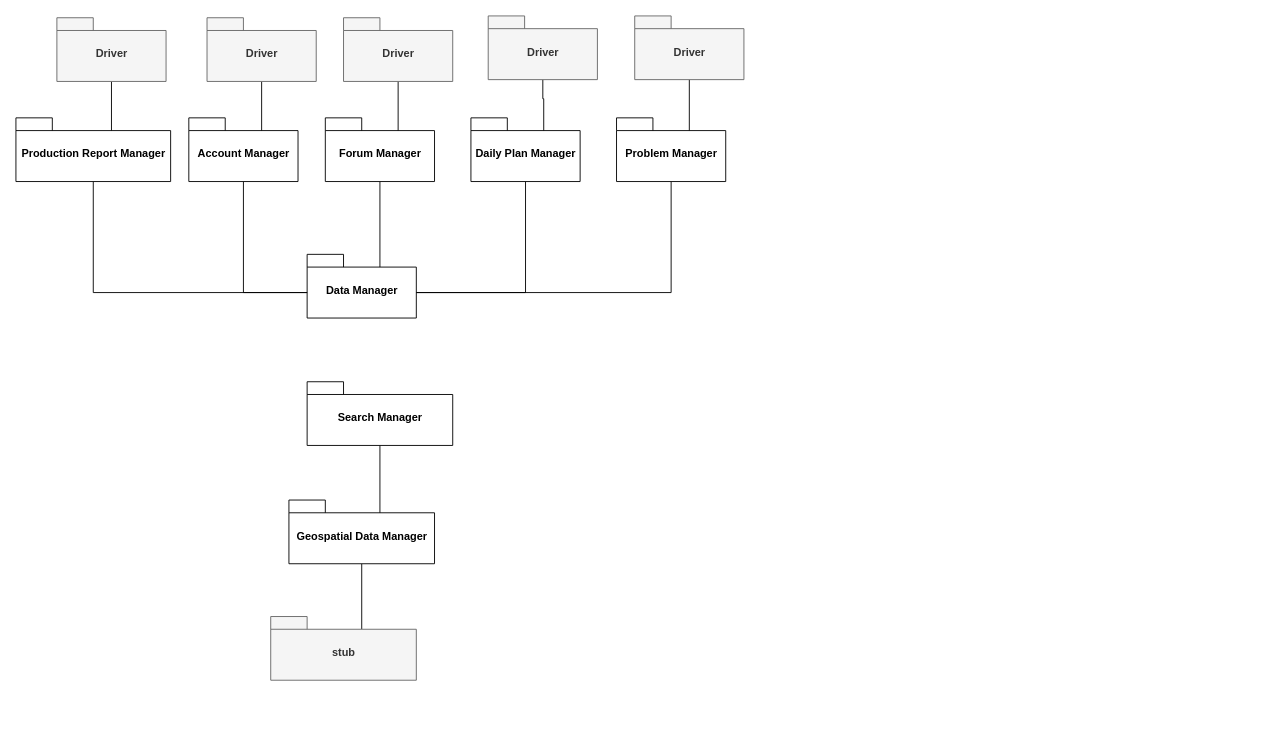
Above: page "AS-integration" (2 of 2) of DD/diagrams/dependency and integration diagram.drawio in ictar/DREAM-SE2-Project-2022 (draw.io), before the change. Source tidied: cells renumbered, new cells numbered last; positions are measured from the earlier drawing's top-left corner, leaving out a move shared by most shapes. Both pictures are drawn from the tidied source at 91%, with x=0, y=0 at pixel (15, 15).
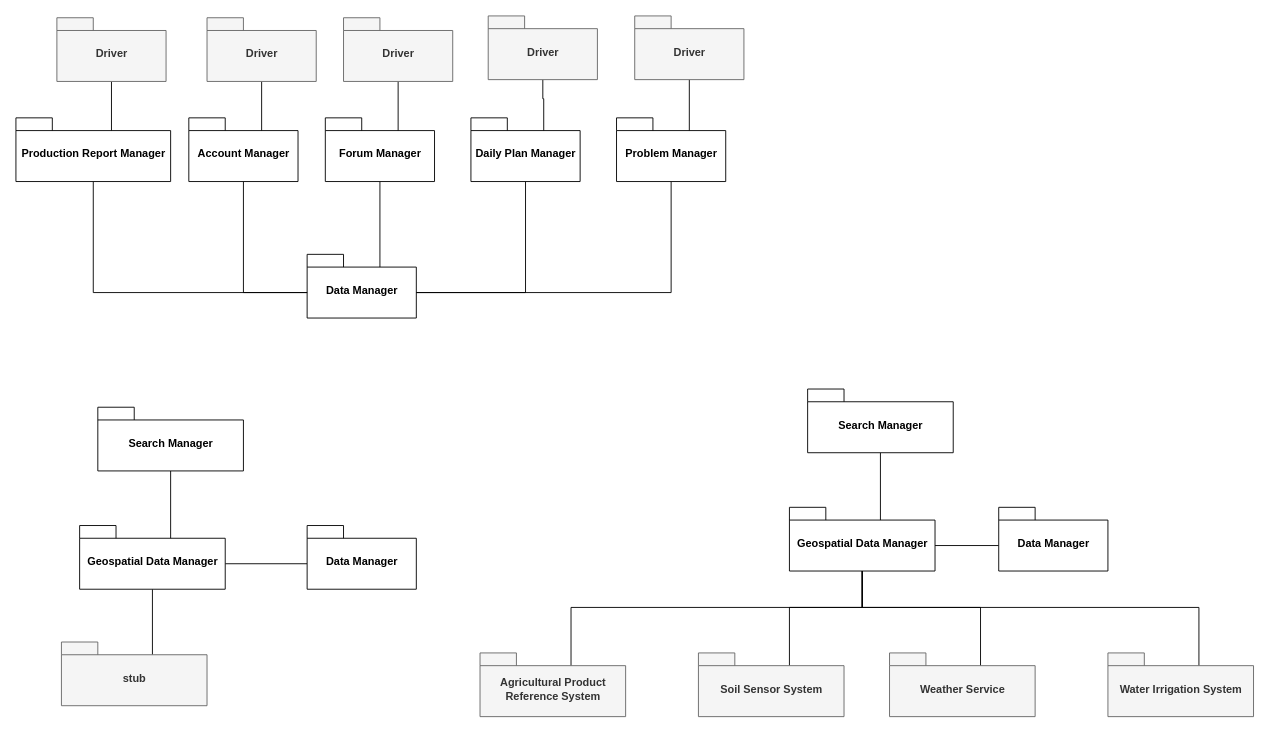
The same page after the edit.

The edit, as a diff of the source:
```diff
@@
+    <mxCell id="28" style="edgeStyle=orthogonalEdgeStyle;rounded=0;jettySize=auto;html=1;exitX=0;exitY=0;exitDx=160;exitDy=42;exitPerimeter=0;entryX=0;entryY=0;entryDx=0;entryDy=42;entryPerimeter=0;endArrow=none;endFill=0;" parent="1" edge="1" source="24" target="41">
+      <mxGeometry relative="1" as="geometry" />
+    </mxCell>
     <mxCell id="24" value="Geospatial Data Manager" style="shape=folder;fontStyle=1;spacingTop=10;tabWidth=40;tabHeight=14;tabPosition=left;html=1;" parent="1" vertex="1">
-      <mxGeometry x="300" y="532" width="160" height="70" as="geometry" />
+      <mxGeometry x="70" y="560" width="160" height="70" as="geometry" />
     </mxCell>
@@
     <mxCell id="26" value="Search Manager" style="shape=folder;fontStyle=1;spacingTop=10;tabWidth=40;tabHeight=14;tabPosition=left;html=1;" parent="1" vertex="1">
-      <mxGeometry x="320" y="402" width="160" height="70" as="geometry" />
+      <mxGeometry x="90" y="430" width="160" height="70" as="geometry" />
     </mxCell>
     <mxCell id="27" value="stub" style="shape=folder;fontStyle=1;spacingTop=10;tabWidth=40;tabHeight=14;tabPosition=left;html=1;fillColor=#f5f5f5;fontColor=#333333;strokeColor=#666666;" parent="1" vertex="1">
-      <mxGeometry x="280" y="660" width="160" height="70" as="geometry" />
+      <mxGeometry x="50" y="688" width="160" height="70" as="geometry" />
     </mxCell>
+    <mxCell id="29" style="edgeStyle=orthogonalEdgeStyle;rounded=0;jettySize=auto;html=1;exitX=0;exitY=0;exitDx=160;exitDy=42;exitPerimeter=0;entryX=0;entryY=0;entryDx=0;entryDy=42;entryPerimeter=0;endArrow=none;endFill=0;" parent="1" edge="1" source="30" target="42">
+      <mxGeometry relative="1" as="geometry" />
+    </mxCell>
+    <mxCell id="30" value="Geospatial Data Manager" style="shape=folder;fontStyle=1;spacingTop=10;tabWidth=40;tabHeight=14;tabPosition=left;html=1;" parent="1" vertex="1">
+      <mxGeometry x="850" y="540" width="160" height="70" as="geometry" />
+    </mxCell>
+    <mxCell id="31" style="edgeStyle=orthogonalEdgeStyle;rounded=0;jettySize=auto;html=1;exitX=0.5;exitY=1;exitDx=0;exitDy=0;exitPerimeter=0;entryX=0;entryY=0;entryDx=100;entryDy=14;entryPerimeter=0;endArrow=none;endFill=0;" parent="1" edge="1" source="32" target="30">
+      <mxGeometry relative="1" as="geometry" />
+    </mxCell>
+    <mxCell id="32" value="Search Manager" style="shape=folder;fontStyle=1;spacingTop=10;tabWidth=40;tabHeight=14;tabPosition=left;html=1;" parent="1" vertex="1">
+      <mxGeometry x="870" y="410" width="160" height="70" as="geometry" />
+    </mxCell>
+    <mxCell id="33" style="edgeStyle=orthogonalEdgeStyle;rounded=0;jettySize=auto;html=1;exitX=0;exitY=0;exitDx=100;exitDy=14;exitPerimeter=0;entryX=0.5;entryY=1;entryDx=0;entryDy=0;entryPerimeter=0;endArrow=none;endFill=0;" parent="1" edge="1" source="34" target="30">
+      <mxGeometry relative="1" as="geometry">
+        <Array as="points">
+          <mxPoint x="610" y="650" />
+          <mxPoint x="930" y="650" />
+        </Array>
+      </mxGeometry>
+    </mxCell>
+    <mxCell id="34" value="Agricultural Product&lt;br&gt;Reference System" style="shape=folder;fontStyle=1;spacingTop=10;tabWidth=40;tabHeight=14;tabPosition=left;html=1;fillColor=#f5f5f5;fontColor=#333333;strokeColor=#666666;" parent="1" vertex="1">
+      <mxGeometry x="510" y="700" width="160" height="70" as="geometry" />
+    </mxCell>
+    <mxCell id="35" style="edgeStyle=orthogonalEdgeStyle;rounded=0;jettySize=auto;html=1;exitX=0;exitY=0;exitDx=100;exitDy=14;exitPerimeter=0;entryX=0.5;entryY=1;entryDx=0;entryDy=0;entryPerimeter=0;endArrow=none;endFill=0;" parent="1" edge="1" source="36" target="30">
+      <mxGeometry relative="1" as="geometry">
+        <Array as="points">
+          <mxPoint x="850" y="650" />
+          <mxPoint x="930" y="650" />
+        </Array>
+      </mxGeometry>
+    </mxCell>
+    <mxCell id="36" value="Soil Sensor System" style="shape=folder;fontStyle=1;spacingTop=10;tabWidth=40;tabHeight=14;tabPosition=left;html=1;fillColor=#f5f5f5;fontColor=#333333;strokeColor=#666666;" parent="1" vertex="1">
+      <mxGeometry x="750" y="700" width="160" height="70" as="geometry" />
+    </mxCell>
+    <mxCell id="37" style="edgeStyle=orthogonalEdgeStyle;rounded=0;jettySize=auto;html=1;exitX=0;exitY=0;exitDx=100;exitDy=14;exitPerimeter=0;entryX=0.5;entryY=1;entryDx=0;entryDy=0;entryPerimeter=0;endArrow=none;endFill=0;" parent="1" edge="1" source="38" target="30">
+      <mxGeometry relative="1" as="geometry">
+        <Array as="points">
+          <mxPoint x="1060" y="650" />
+          <mxPoint x="930" y="650" />
+        </Array>
+      </mxGeometry>
+    </mxCell>
+    <mxCell id="38" value="Weather Service" style="shape=folder;fontStyle=1;spacingTop=10;tabWidth=40;tabHeight=14;tabPosition=left;html=1;fillColor=#f5f5f5;fontColor=#333333;strokeColor=#666666;" parent="1" vertex="1">
+      <mxGeometry x="960" y="700" width="160" height="70" as="geometry" />
+    </mxCell>
+    <mxCell id="39" style="edgeStyle=orthogonalEdgeStyle;rounded=0;jettySize=auto;html=1;exitX=0;exitY=0;exitDx=100;exitDy=14;exitPerimeter=0;entryX=0.5;entryY=1;entryDx=0;entryDy=0;entryPerimeter=0;endArrow=none;endFill=0;" parent="1" edge="1" source="40" target="30">
+      <mxGeometry relative="1" as="geometry">
+        <Array as="points">
+          <mxPoint x="1300" y="650" />
+          <mxPoint x="930" y="650" />
+        </Array>
+      </mxGeometry>
+    </mxCell>
+    <mxCell id="40" value="Water Irrigation System" style="shape=folder;fontStyle=1;spacingTop=10;tabWidth=40;tabHeight=14;tabPosition=left;html=1;fillColor=#f5f5f5;fontColor=#333333;strokeColor=#666666;" parent="1" vertex="1">
+      <mxGeometry x="1200" y="700" width="160" height="70" as="geometry" />
+    </mxCell>
+    <mxCell id="41" value="Data Manager" style="shape=folder;fontStyle=1;spacingTop=10;tabWidth=40;tabHeight=14;tabPosition=left;html=1;" parent="1" vertex="1">
+      <mxGeometry x="320" y="560" width="120" height="70" as="geometry" />
+    </mxCell>
+    <mxCell id="42" value="Data Manager" style="shape=folder;fontStyle=1;spacingTop=10;tabWidth=40;tabHeight=14;tabPosition=left;html=1;" parent="1" vertex="1">
+      <mxGeometry x="1080" y="540" width="120" height="70" as="geometry" />
+    </mxCell>
```
